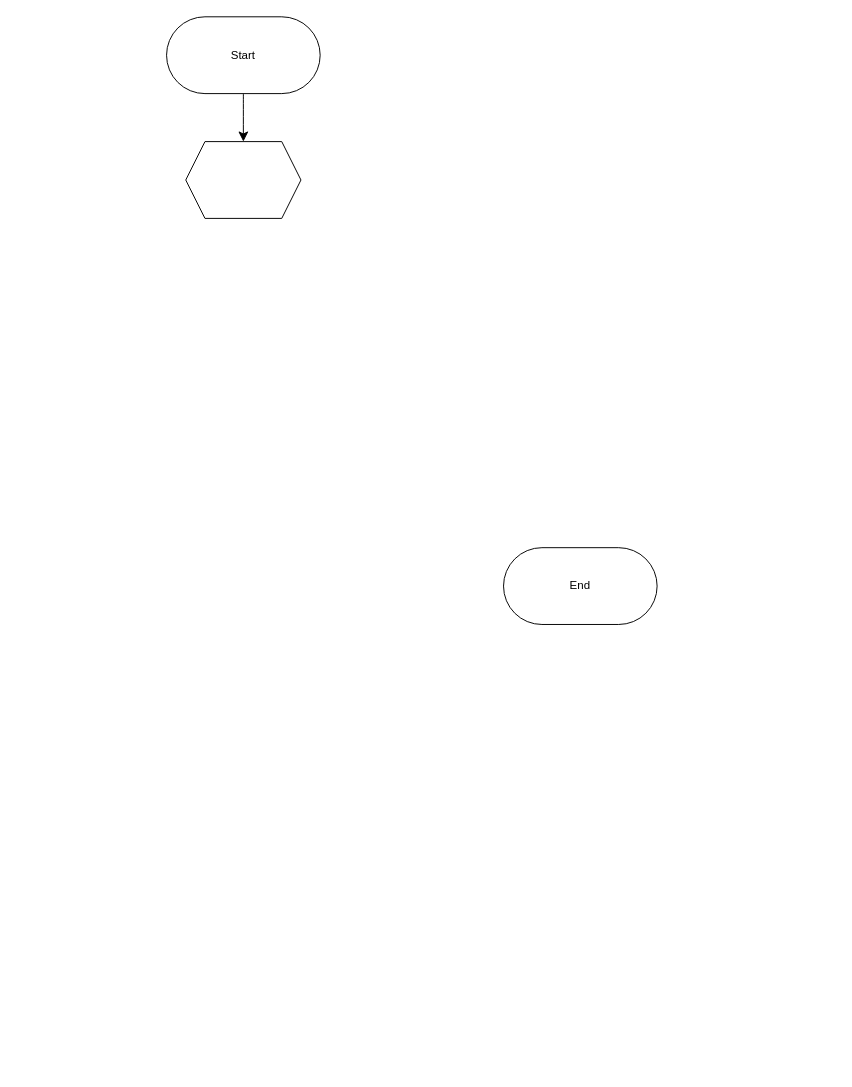
Above: 제목 없는 다이어그램.drawio in cutieprettyjun/sangjeomjusaeyo (draw.io), before the change. Source tidied: cells renumbered, new cells numbered last; positions are measured from the earlier drawing's top-left corner, leaving out a move shared by most shapes. Both pictures are drawn from the tidied source at 96%, with x=0, y=0 at pixel (166, 16).
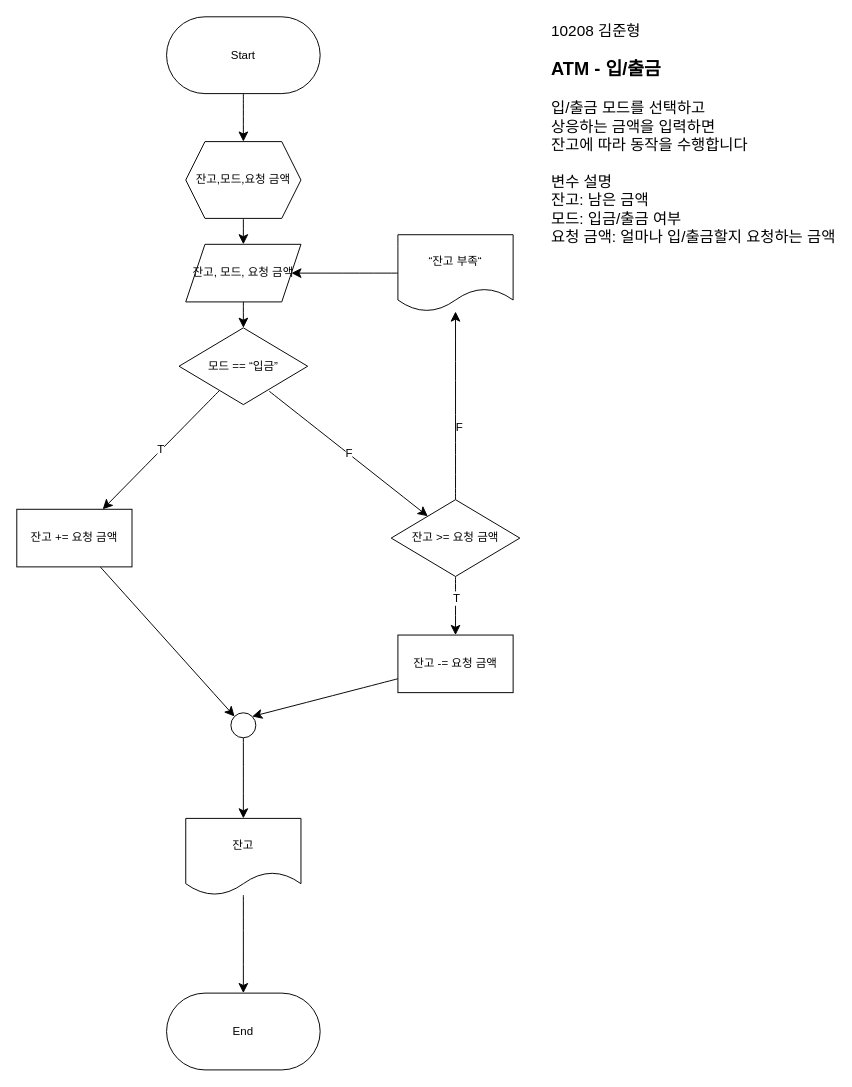
The same page after the edit.

Commit message (it also covers changes not shown here):
제목 없는 다이어그램.drawio 업데이트

The edit, as a diff of the source:
```diff
@@
     <mxCell id="4" value="End" style="rounded=1;whiteSpace=wrap;html=1;glass=0;arcSize=50;" parent="1" vertex="1">
-      <mxGeometry x="351" y="553" width="160" height="80" as="geometry" />
+      <mxGeometry y="1017" width="160" height="80" as="geometry" />
     </mxCell>
+    <mxCell id="6" style="edgeStyle=none;curved=1;rounded=0;jettySize=auto;html=1;fontSize=12;startSize=8;endSize=8;" parent="1" edge="1" source="5" target="15">
+      <mxGeometry relative="1" as="geometry" />
+    </mxCell>
-    <mxCell id="5" style="shape=hexagon;perimeter=hexagonPerimeter2;whiteSpace=wrap;html=1;fixedSize=1;" parent="1" vertex="1">
+    <mxCell id="5" value="잔고,모드,요청 금액" style="shape=hexagon;perimeter=hexagonPerimeter2;whiteSpace=wrap;html=1;fixedSize=1;" parent="1" vertex="1">
       <mxGeometry x="20" y="130" width="120" height="80" as="geometry" />
     </mxCell>
+    <mxCell id="7" value="10208 김준형&lt;div&gt;&lt;br&gt;&lt;/div&gt;&lt;div&gt;&lt;font style=&quot;font-size: 19px;&quot;&gt;&lt;b&gt;ATM - 입/출금&lt;/b&gt;&lt;/font&gt;&lt;/div&gt;&lt;div&gt;&lt;br&gt;&lt;/div&gt;&lt;div&gt;입/출금 모드를 선택하고&amp;nbsp;&lt;/div&gt;&lt;div&gt;상응하는 금액을 입력하면&amp;nbsp;&lt;/div&gt;&lt;div&gt;잔고에 따라 동작을 수행합니다&lt;/div&gt;&lt;div&gt;&lt;br&gt;&lt;/div&gt;&lt;div&gt;변수 설명&lt;/div&gt;&lt;div&gt;잔고: 남은 금액&lt;/div&gt;&lt;div&gt;모드: 입금/출금 여부&lt;/div&gt;&lt;div&gt;요청 금액: 얼마나 입/출금할지 요청하는 금액&lt;/div&gt;" style="text;html=1;align=left;verticalAlign=middle;strokeColor=none;fillColor=none;fontSize=16;" parent="1" vertex="1">
+      <mxGeometry x="399" width="298" height="243" as="geometry" />
+    </mxCell>
+    <mxCell id="8" style="edgeStyle=none;curved=1;rounded=0;jettySize=auto;html=1;fontSize=12;startSize=8;endSize=8;exitX=0.701;exitY=0.825;exitDx=0;exitDy=0;exitPerimeter=0;" parent="1" edge="1" source="11" target="22">
+      <mxGeometry relative="1" as="geometry" />
+    </mxCell>
+    <mxCell id="9" value="F" style="edgeLabel;html=1;align=center;verticalAlign=middle;fontSize=12;" parent="8" vertex="1">
+      <mxGeometry x="0.22" y="4" relative="1" as="geometry">
+        <mxPoint x="-20" y="-12" as="offset" />
+      </mxGeometry>
+    </mxCell>
+    <mxCell id="10" value="T" style="edgeStyle=none;curved=1;rounded=0;jettySize=auto;html=1;fontSize=12;startSize=8;endSize=8;" parent="1" edge="1" source="11" target="13">
+      <mxGeometry relative="1" as="geometry" />
+    </mxCell>
+    <mxCell id="11" value="모드 == “입금”" style="rhombus;whiteSpace=wrap;html=1;" parent="1" vertex="1">
+      <mxGeometry x="13" y="324" width="134" height="80" as="geometry" />
+    </mxCell>
+    <mxCell id="12" style="edgeStyle=none;curved=1;rounded=0;jettySize=auto;html=1;entryX=0;entryY=0;entryDx=0;entryDy=0;fontSize=12;startSize=8;endSize=8;" parent="1" edge="1" source="13" target="28">
+      <mxGeometry relative="1" as="geometry" />
+    </mxCell>
+    <mxCell id="13" value="잔고 += 요청 금액" style="whiteSpace=wrap;html=1;" parent="1" vertex="1">
+      <mxGeometry x="-156" y="513" width="120" height="60" as="geometry" />
+    </mxCell>
+    <mxCell id="14" style="edgeStyle=none;curved=1;rounded=0;jettySize=auto;html=1;fontSize=12;startSize=8;endSize=8;" parent="1" edge="1" source="15" target="11">
+      <mxGeometry relative="1" as="geometry" />
+    </mxCell>
+    <mxCell id="15" value="잔고, 모드, 요청 금액" style="shape=parallelogram;perimeter=parallelogramPerimeter;whiteSpace=wrap;html=1;fixedSize=1;" parent="1" vertex="1">
+      <mxGeometry x="20" y="237" width="120" height="60" as="geometry" />
+    </mxCell>
+    <mxCell id="16" style="edgeStyle=none;curved=1;rounded=0;jettySize=auto;html=1;entryX=1;entryY=0;entryDx=0;entryDy=0;fontSize=12;startSize=8;endSize=8;" parent="1" edge="1" source="17" target="28">
+      <mxGeometry relative="1" as="geometry" />
+    </mxCell>
+    <mxCell id="17" value="잔고 -= 요청 금액" style="whiteSpace=wrap;html=1;" parent="1" vertex="1">
+      <mxGeometry x="241" y="644" width="120" height="60" as="geometry" />
+    </mxCell>
+    <mxCell id="18" style="edgeStyle=none;curved=1;rounded=0;jettySize=auto;html=1;fontSize=12;startSize=8;endSize=8;" parent="1" edge="1" source="22" target="26">
+      <mxGeometry relative="1" as="geometry" />
+    </mxCell>
+    <mxCell id="19" value="F" style="edgeLabel;html=1;align=center;verticalAlign=middle;fontSize=12;" parent="18" vertex="1">
+      <mxGeometry x="-0.22" y="-3" relative="1" as="geometry" />
+    </mxCell>
+    <mxCell id="20" style="edgeStyle=none;curved=1;rounded=0;jettySize=auto;html=1;fontSize=12;startSize=8;endSize=8;" parent="1" edge="1" source="22" target="17">
+      <mxGeometry relative="1" as="geometry" />
+    </mxCell>
+    <mxCell id="21" value="T" style="edgeLabel;html=1;align=center;verticalAlign=middle;fontSize=12;" parent="20" vertex="1">
+      <mxGeometry x="-0.28" relative="1" as="geometry" />
+    </mxCell>
+    <mxCell id="22" value="잔고 &amp;gt;= 요청 금액" style="rhombus;whiteSpace=wrap;html=1;" parent="1" vertex="1">
+      <mxGeometry x="234" y="503" width="134" height="80" as="geometry" />
+    </mxCell>
+    <mxCell id="23" style="edgeStyle=none;curved=1;rounded=0;jettySize=auto;html=1;fontSize=12;startSize=8;endSize=8;" parent="1" edge="1" source="24" target="4">
+      <mxGeometry relative="1" as="geometry" />
+    </mxCell>
+    <mxCell id="24" value="잔고" style="shape=document;whiteSpace=wrap;html=1;boundedLbl=1;" parent="1" vertex="1">
+      <mxGeometry x="20" y="835" width="120" height="80" as="geometry" />
+    </mxCell>
+    <mxCell id="25" style="edgeStyle=none;curved=1;rounded=0;jettySize=auto;html=1;fontSize=12;startSize=8;endSize=8;" parent="1" edge="1" source="26" target="15">
+      <mxGeometry relative="1" as="geometry" />
+    </mxCell>
+    <mxCell id="26" value="“잔고 부족“" style="shape=document;whiteSpace=wrap;html=1;boundedLbl=1;" parent="1" vertex="1">
+      <mxGeometry x="241" y="227" width="120" height="80" as="geometry" />
+    </mxCell>
+    <mxCell id="27" style="edgeStyle=none;curved=1;rounded=0;jettySize=auto;html=1;fontSize=12;startSize=8;endSize=8;" parent="1" edge="1" source="28" target="24">
+      <mxGeometry relative="1" as="geometry" />
+    </mxCell>
+    <mxCell id="28" style="ellipse;whiteSpace=wrap;html=1;" parent="1" vertex="1">
+      <mxGeometry x="67" y="725" width="26" height="26" as="geometry" />
+    </mxCell>
```
